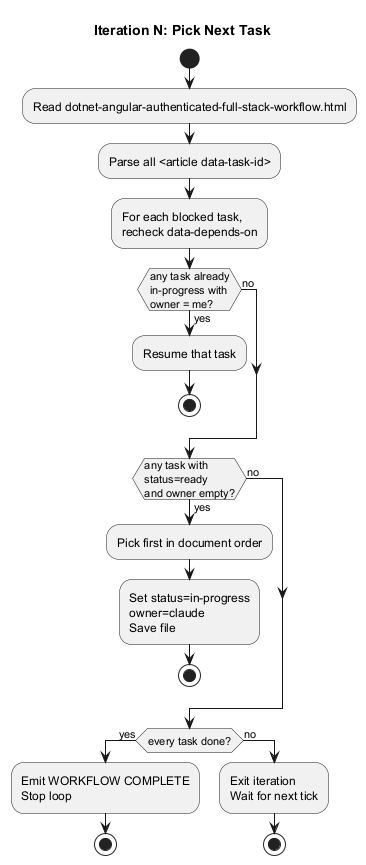
Before: docs/workflow-decision-trees/01-pick-next-task.png, a diagram exported from PlantUML (QuinntyneBrown/claude-create-app).
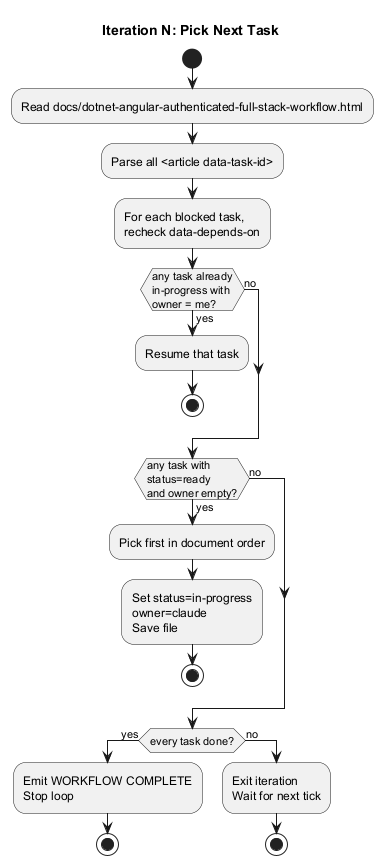
After the change.

Commit message:
docs(workflow): move workflow into ./docs/ and enforce frontend library placement

Change to the diagram source:
```diff
@@ -2,7 +2,7 @@
 title Iteration N: Pick Next Task
 
 start
-:Read dotnet-angular-authenticated-full-stack-workflow.html;
+:Read docs/dotnet-angular-authenticated-full-stack-workflow.html;
 :Parse all <article data-task-id>;
 :For each blocked task,
 recheck data-depends-on;
```
